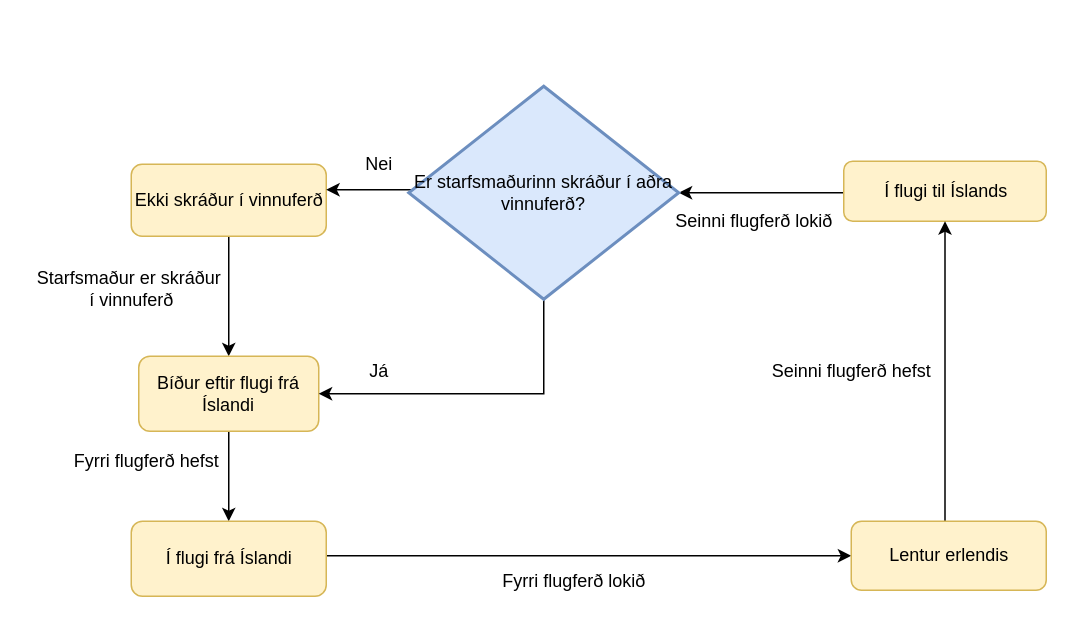
This is documentation/diagrams/runarv_diagrams/starfsmadur_states.drawio from RunarVestmann/verklegtnamskeid1, a draw.io file, before an edit. Source tidied: cells renumbered, new cells numbered last; positions are measured from the earlier drawing's top-left corner, leaving out a move shared by most shapes. Both pictures are drawn from the tidied source at 150%, with x=0, y=0 at pixel (26, 86).
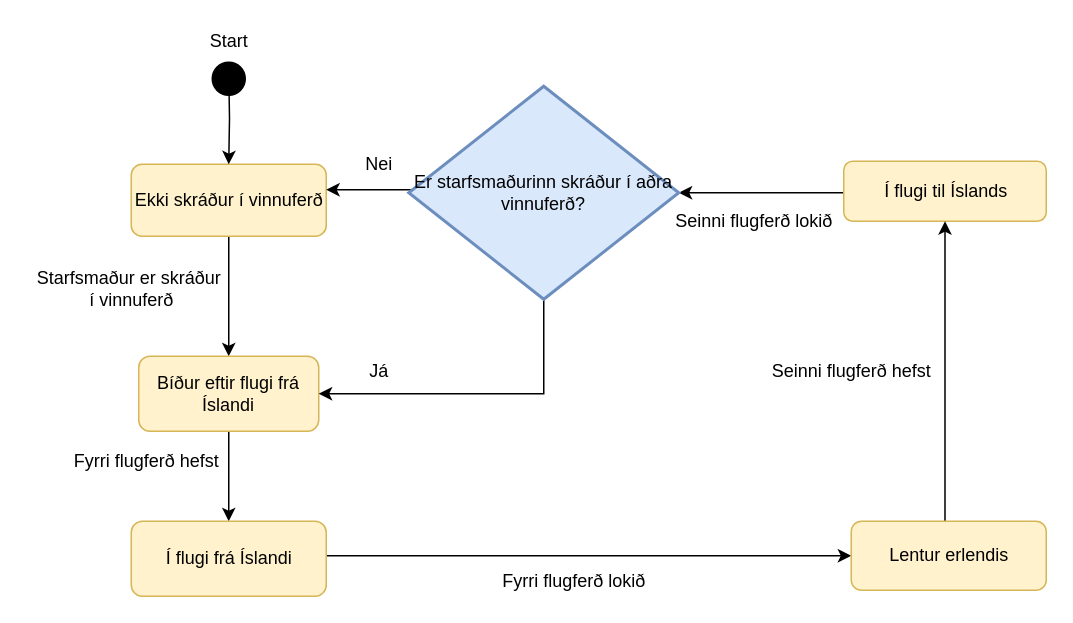
The same diagram, later.

Unchanged cells that the change refers to:
```xml
<mxCell id="3" value="Ekki skráður í vinnuferð" style="rounded=1;fillColor=#fff2cc;strokeColor=#d6b656;imageAspect=1;html=1;spacing=0;" parent="1" vertex="1">
  <mxGeometry x="70" y="52" width="130" height="48" as="geometry" />
</mxCell>
```

Change to the diagram source:
```diff
@@
+    <mxCell id="22" style="edgeStyle=orthogonalEdgeStyle;rounded=0;jettySize=auto;html=1;" parent="1" edge="1" target="3">
+      <mxGeometry relative="1" as="geometry">
+        <mxPoint x="135" y="-10" as="sourcePoint" />
+      </mxGeometry>
+    </mxCell>
+    <mxCell id="23" style="ellipse;html=1;shape=startState;fillColor=#000000;strokeColor=#000000;" parent="1" vertex="1">
+      <mxGeometry x="120" y="-20" width="30" height="30" as="geometry" />
+    </mxCell>
+    <mxCell id="24" value="Start" style="text;html=1;align=center;verticalAlign=middle;" parent="1" vertex="1">
+      <mxGeometry x="115" y="-40" width="40" height="20" as="geometry" />
+    </mxCell>
```
